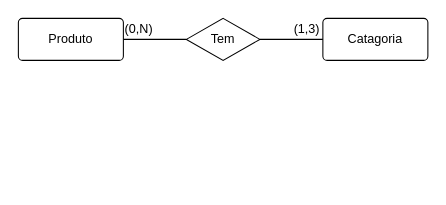
Before: page "Modelo Conceitual" (1 of 2) of requirements/ecommerce-database.drawio in DavidPontes7/ecommerce-node-api, a draw.io diagram. Source tidied: cells renumbered, new cells numbered last; positions are measured from the earlier drawing's top-left corner, leaving out a move shared by most shapes. Both pictures are drawn from the tidied source at 105%, with x=0, y=0 at pixel (18, 18).
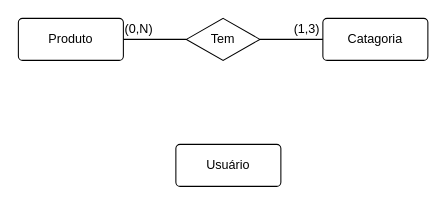
The same diagram, later.

Change to the diagram source:
```diff
@@
 <mxGraphModel>
   <root>
     <mxCell id="0" />
     <mxCell id="1" parent="0" />
     <mxCell id="2" style="edgeStyle=none;html=1;exitX=1;exitY=0.5;exitDx=0;exitDy=0;entryX=0;entryY=0.5;entryDx=0;entryDy=0;endArrow=none;endFill=0;" parent="1" edge="1" source="3" target="6">
       <mxGeometry relative="1" as="geometry" />
     </mxCell>
     <mxCell id="3" value="Produto" style="rounded=1;arcSize=10;whiteSpace=wrap;html=1;align=center;" parent="1" vertex="1">
       <mxGeometry width="100" height="40" as="geometry" />
     </mxCell>
     <mxCell id="4" value="Catagoria" style="rounded=1;arcSize=10;whiteSpace=wrap;html=1;align=center;" parent="1" vertex="1">
       <mxGeometry x="290" width="100" height="40" as="geometry" />
     </mxCell>
     <mxCell id="5" style="edgeStyle=none;html=1;exitX=1;exitY=0.5;exitDx=0;exitDy=0;entryX=0;entryY=0.5;entryDx=0;entryDy=0;endArrow=none;endFill=0;" parent="1" edge="1" source="6" target="4">
       <mxGeometry relative="1" as="geometry" />
     </mxCell>
     <mxCell id="6" value="Tem" style="shape=rhombus;perimeter=rhombusPerimeter;whiteSpace=wrap;html=1;align=center;" parent="1" vertex="1">
       <mxGeometry x="160" width="70" height="40" as="geometry" />
     </mxCell>
     <mxCell id="7" value="(1,3)" style="text;html=1;strokeColor=none;fillColor=none;align=center;verticalAlign=middle;whiteSpace=wrap;rounded=0;" parent="1" vertex="1">
       <mxGeometry x="260" width="30" height="20" as="geometry" />
     </mxCell>
     <mxCell id="8" value="(0,N)" style="text;html=1;strokeColor=none;fillColor=none;align=center;verticalAlign=middle;whiteSpace=wrap;rounded=0;" parent="1" vertex="1">
       <mxGeometry x="100" width="30" height="20" as="geometry" />
     </mxCell>
+    <mxCell id="9" value="Usuário" style="rounded=1;arcSize=10;whiteSpace=wrap;html=1;align=center;" parent="1" vertex="1">
+      <mxGeometry x="150" y="120" width="100" height="40" as="geometry" />
+    </mxCell>
   </root>
 </mxGraphModel>
```
